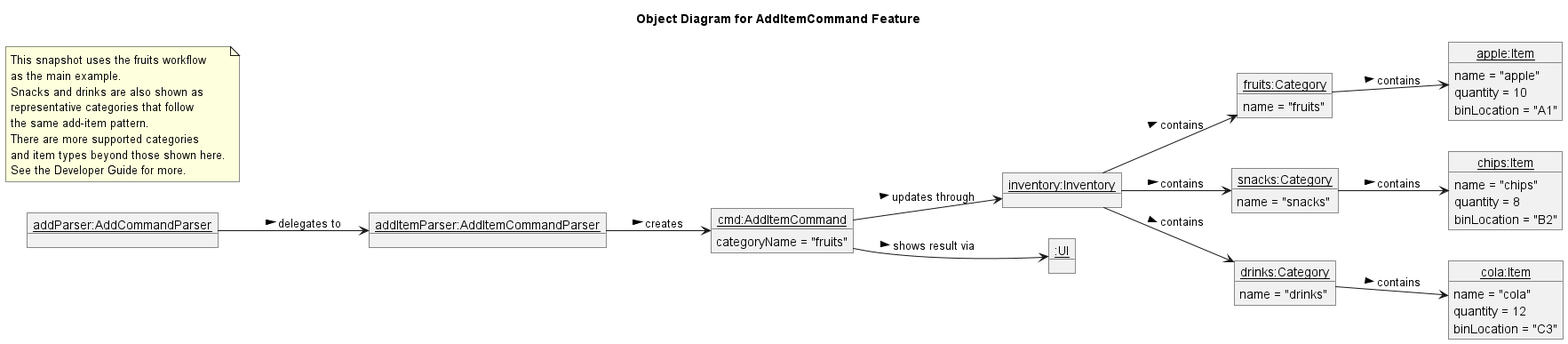
Before: docs/diagrams/object/AddItemCommandObjectDiagram.png, a diagram exported from PlantUML (YeoSiZhao/tp).
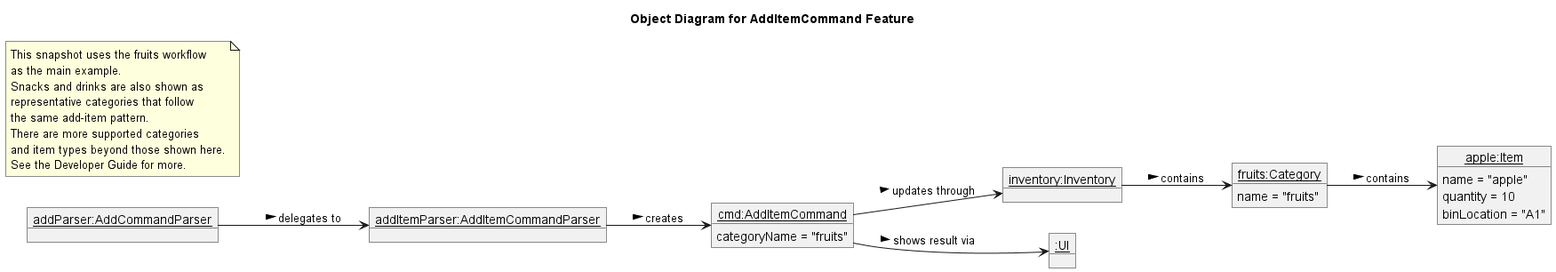
Later version of the same file.

Commit message:
Split findByBin diagram

Change to the diagram source:
```diff
@@ -12,26 +12,10 @@
 object "<u>fruits:Category</u>" as fruits {
   name = "fruits"
 }
-object "<u>snacks:Category</u>" as snacks {
-  name = "snacks"
-}
-object "<u>drinks:Category</u>" as drinks {
-  name = "drinks"
-}
 object "<u>apple:Item</u>" as apple {
   name = "apple"
   quantity = 10
   binLocation = "A1"
-}
-object "<u>chips:Item</u>" as chips {
-  name = "chips"
-  quantity = 8
-  binLocation = "B2"
-}
-object "<u>cola:Item</u>" as cola {
-  name = "cola"
-  quantity = 12
-  binLocation = "C3"
 }
 object "<u>:UI</u>" as ui
 
@@ -51,9 +35,5 @@
 addCommand --> inventory : updates through >
 addCommand --> ui : shows result via >
 inventory --> fruits : contains >
-inventory --> snacks : contains >
-inventory --> drinks : contains >
 fruits --> apple : contains >
-snacks --> chips : contains >
-drinks --> cola : contains >
 @enduml
```
